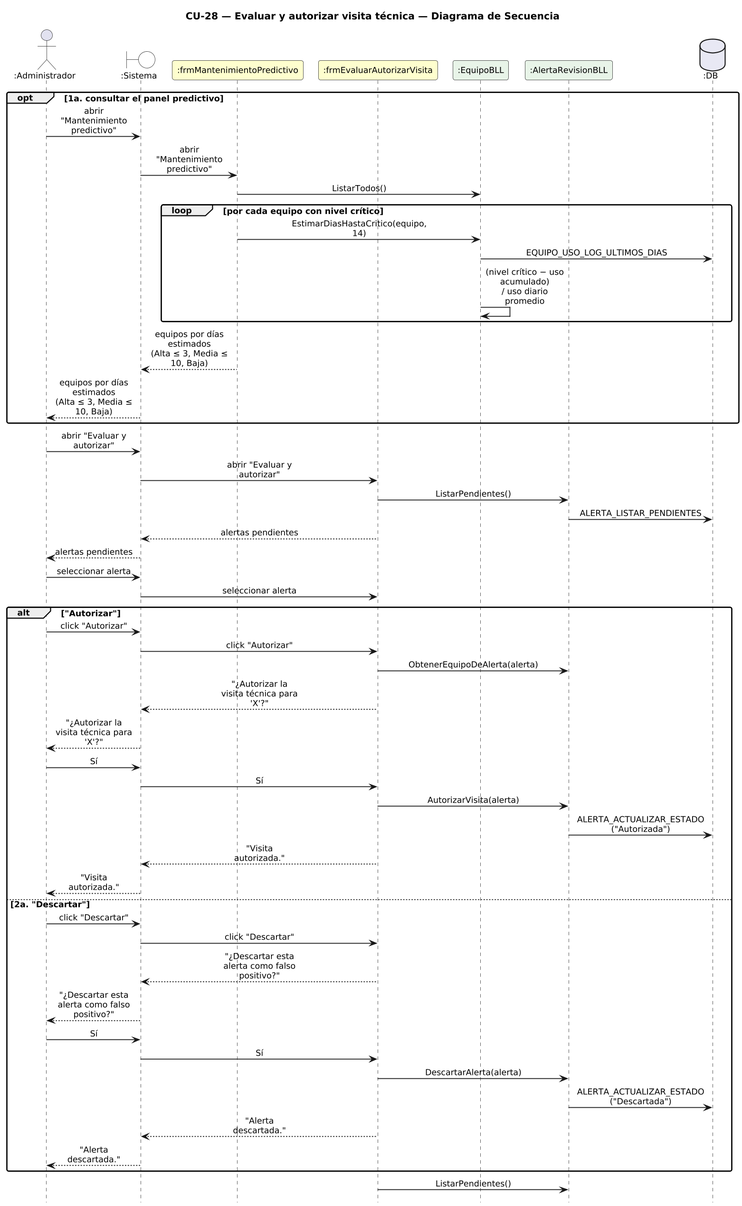
Urrels/ingenieria_software keeps this PlantUML diagram as DIAGRAMAS/DiagramaSecuencia_CU28_EvaluarAutorizarVisita.png. Above is the earlier version. Its diagram source:
```plantuml
@startuml DiagramaSecuencia_CU28_EvaluarAutorizarVisita

title CU-28 — Evaluar y autorizar visita técnica — Diagrama de Secuencia

skinparam shadowing false
skinparam roundcorner 6
skinparam sequenceArrowThickness 1.2
skinparam ParticipantPadding 6
skinparam BoxPadding 4
skinparam maxMessageSize 115
skinparam sequenceMessageAlign center
skinparam defaultFontSize 12
skinparam dpi 140
hide footbox

actor ":Administrador" as A
boundary ":Sistema" as SYS #FFFFFF
participant ":frmMantenimientoPredictivo" as MP #FEFECE
participant ":frmEvaluarAutorizarVisita" as F #FEFECE
participant ":EquipoBLL" as EB #E8F4E8
participant ":AlertaRevisionBLL" as AB #E8F4E8
database ":DB" as DB #E8E8F4

opt 1a. consultar el panel predictivo
  A -> SYS : abrir "Mantenimiento predictivo"
  SYS -> MP : abrir "Mantenimiento predictivo"
  MP -> EB : ListarTodos()
  loop por cada equipo con nivel crítico
    MP -> EB : EstimarDiasHastaCritico(equipo, 14)
    EB -> DB : EQUIPO_USO_LOG_ULTIMOS_DIAS
    EB -> EB : (nivel crítico − uso acumulado)\n/ uso diario promedio
  end
  MP --> SYS : equipos por días estimados\n(Alta ≤ 3, Media ≤ 10, Baja)
  SYS --> A : equipos por días estimados\n(Alta ≤ 3, Media ≤ 10, Baja)
end

A -> SYS : abrir "Evaluar y autorizar"
SYS -> F : abrir "Evaluar y autorizar"
F -> AB : ListarPendientes()
AB -> DB : ALERTA_LISTAR_PENDIENTES
F --> SYS : alertas pendientes
SYS --> A : alertas pendientes
A -> SYS : seleccionar alerta
SYS -> F : seleccionar alerta
alt "Autorizar"
  A -> SYS : click "Autorizar"
  SYS -> F : click "Autorizar"
  F -> AB : ObtenerEquipoDeAlerta(alerta)
  F --> SYS : "¿Autorizar la visita técnica para 'X'?"
  SYS --> A : "¿Autorizar la visita técnica para 'X'?"
  A -> SYS : Sí
  SYS -> F : Sí
  F -> AB : AutorizarVisita(alerta)
  AB -> DB : ALERTA_ACTUALIZAR_ESTADO ("Autorizada")
  F --> SYS : "Visita autorizada."
  SYS --> A : "Visita autorizada."
else 2a. "Descartar"
  A -> SYS : click "Descartar"
  SYS -> F : click "Descartar"
  F --> SYS : "¿Descartar esta alerta como falso positivo?"
  SYS --> A : "¿Descartar esta alerta como falso positivo?"
  A -> SYS : Sí
  SYS -> F : Sí
  F -> AB : DescartarAlerta(alerta)
  AB -> DB : ALERTA_ACTUALIZAR_ESTADO ("Descartada")
  F --> SYS : "Alerta descartada."
  SYS --> A : "Alerta descartada."
end
F -> AB : ListarPendientes()

@enduml
```
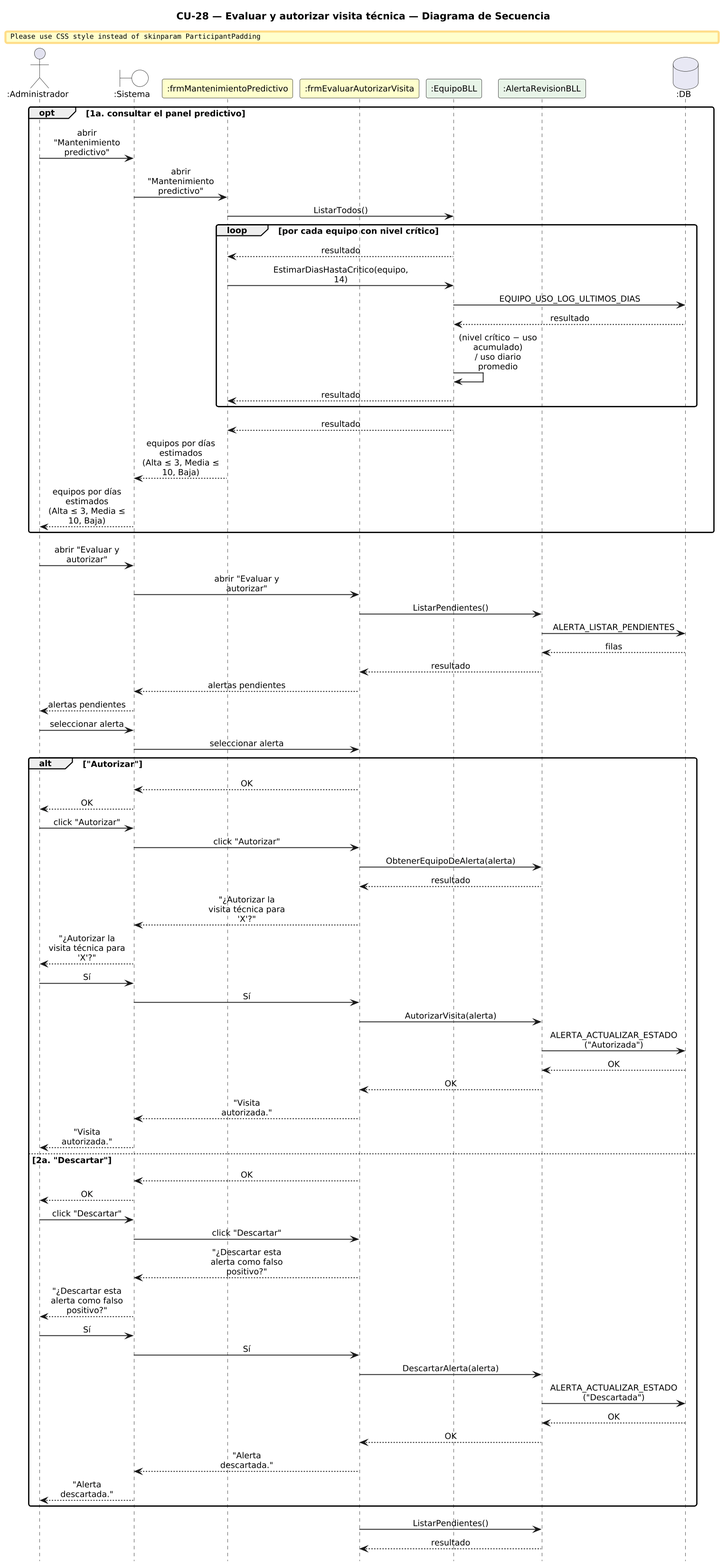
Later version of the same file.

What changed in the source:
```diff
@@ -26,10 +26,14 @@
   SYS -> MP : abrir "Mantenimiento predictivo"
   MP -> EB : ListarTodos()
   loop por cada equipo con nivel crítico
+    EB --> MP : resultado
     MP -> EB : EstimarDiasHastaCritico(equipo, 14)
     EB -> DB : EQUIPO_USO_LOG_ULTIMOS_DIAS
+    DB --> EB : resultado
     EB -> EB : (nivel crítico − uso acumulado)\n/ uso diario promedio
+    EB --> MP : resultado
   end
+  EB --> MP : resultado
   MP --> SYS : equipos por días estimados\n(Alta ≤ 3, Media ≤ 10, Baja)
   SYS --> A : equipos por días estimados\n(Alta ≤ 3, Media ≤ 10, Baja)
 end
@@ -38,23 +42,32 @@
 SYS -> F : abrir "Evaluar y autorizar"
 F -> AB : ListarPendientes()
 AB -> DB : ALERTA_LISTAR_PENDIENTES
+DB --> AB : filas
+AB --> F : resultado
 F --> SYS : alertas pendientes
 SYS --> A : alertas pendientes
 A -> SYS : seleccionar alerta
 SYS -> F : seleccionar alerta
 alt "Autorizar"
+  F --> SYS : OK
+  SYS --> A : OK
   A -> SYS : click "Autorizar"
   SYS -> F : click "Autorizar"
   F -> AB : ObtenerEquipoDeAlerta(alerta)
+  AB --> F : resultado
   F --> SYS : "¿Autorizar la visita técnica para 'X'?"
   SYS --> A : "¿Autorizar la visita técnica para 'X'?"
   A -> SYS : Sí
   SYS -> F : Sí
   F -> AB : AutorizarVisita(alerta)
   AB -> DB : ALERTA_ACTUALIZAR_ESTADO ("Autorizada")
+  DB --> AB : OK
+  AB --> F : OK
   F --> SYS : "Visita autorizada."
   SYS --> A : "Visita autorizada."
 else 2a. "Descartar"
+  F --> SYS : OK
+  SYS --> A : OK
   A -> SYS : click "Descartar"
   SYS -> F : click "Descartar"
   F --> SYS : "¿Descartar esta alerta como falso positivo?"
@@ -63,9 +76,12 @@
   SYS -> F : Sí
   F -> AB : DescartarAlerta(alerta)
   AB -> DB : ALERTA_ACTUALIZAR_ESTADO ("Descartada")
+  DB --> AB : OK
+  AB --> F : OK
   F --> SYS : "Alerta descartada."
   SYS --> A : "Alerta descartada."
 end
 F -> AB : ListarPendientes()
 
+AB --> F : resultado
 @enduml
```
